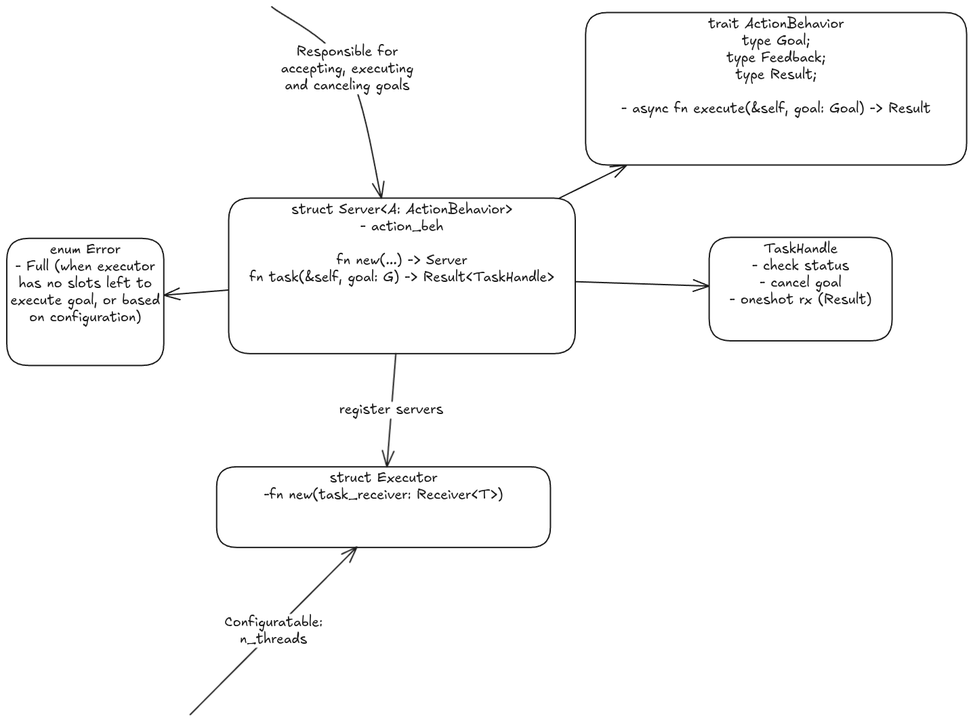
Earlier version of the Excalidraw export docs/design.excalidraw.png (skullim/actio). Source tidied: one line per element, renumbered; positions are measured from the earlier drawing's top-left corner, leaving out a move shared by most shapes.
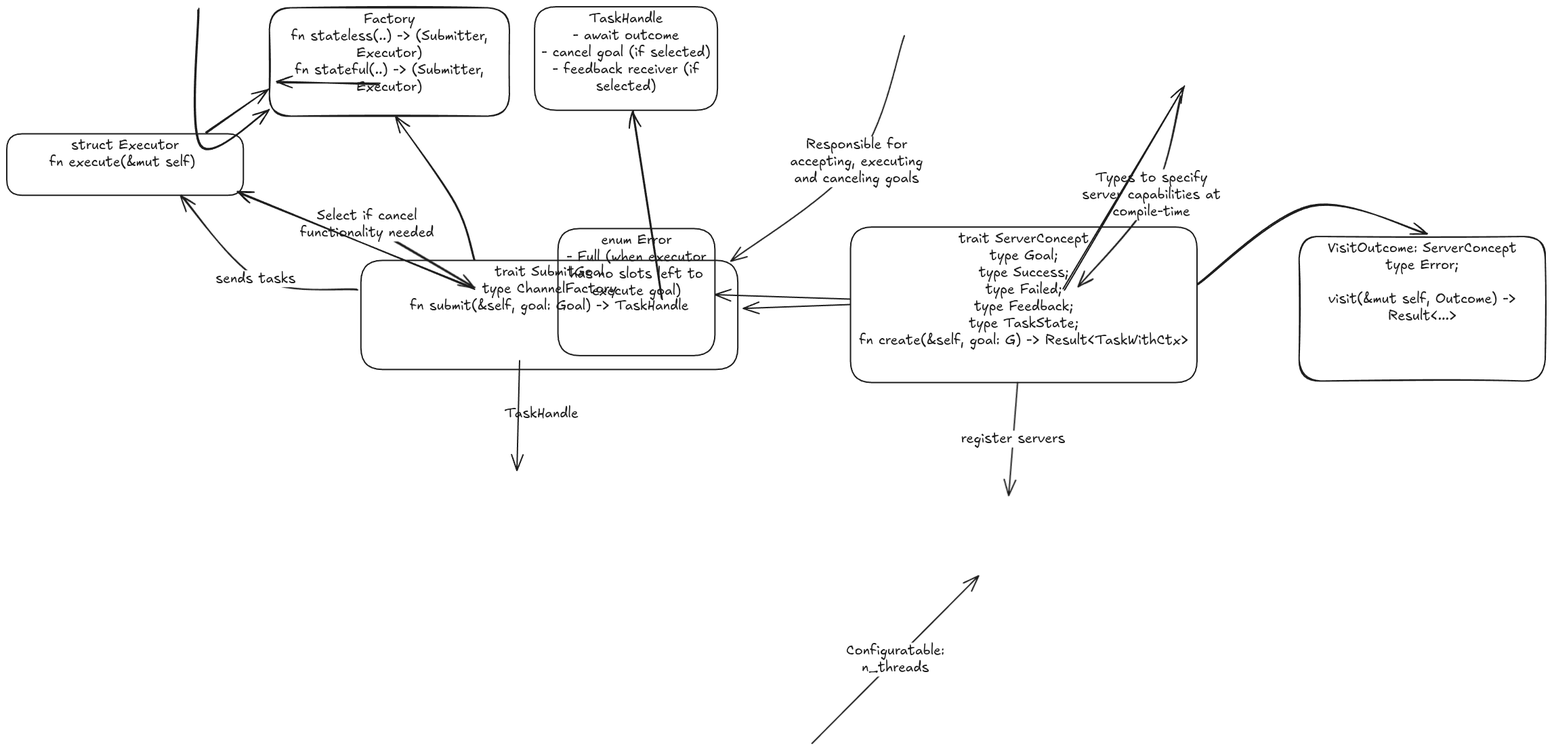
After the change.

The edit, as a diff of the source:
```diff
@@ -1,19 +1,25 @@
 {"id": 0, "type": "rectangle", "strokeColor": "#1e1e1e", "strokeWidth": 2, "roughness": 0, "round": true, "x": 328, "y": 282, "width": 512, "height": 230}
-{"id": 1, "type": "text", "text": "struct Server<A: ActionBehavior>\n- action_beh\n\nfn new(...) -> Server\nfn task(&self, goal: G) -> Result<TaskHandle>\n", "strokeColor": "#1e1e1e", "strokeWidth": 2, "roughness": 0, "fontSize": 20, "fontFamily": 5, "textAlign": "center", "inside": 0, "x": 358, "y": 287, "width": 450, "height": 150}
+{"id": 1, "type": "text", "text": "trait ServerConcept\ntype Goal;\ntype Success;\ntype Failed;\ntype Feedback;\ntype TaskState;\nfn create(&self, goal: G) -> Result<TaskWithCtx>\n", "strokeColor": "#1e1e1e", "strokeWidth": 2, "roughness": 0, "fontSize": 20, "fontFamily": 5, "textAlign": "center", "inside": 0, "x": 341, "y": 287, "width": 486, "height": 200}
-{"id": 2, "type": "rectangle", "strokeColor": "#1e1e1e", "strokeWidth": 2, "roughness": 0, "round": true, "x": 854, "y": 8, "width": 562, "height": 225}
+{"id": 2, "type": "rectangle", "strokeColor": "#1e1e1e", "strokeWidth": 2, "roughness": 0, "round": true, "x": -395, "y": 332, "width": 556, "height": 161}
-{"id": 3, "type": "text", "text": "trait ActionBehavior\ntype Goal;\ntype Feedback;\ntype Result;\n\n- async fn execute(&self, goal: Goal) -> Result", "strokeColor": "#1e1e1e", "strokeWidth": 2, "roughness": 0, "fontSize": 20, "fontFamily": 5, "textAlign": "center", "inside": 2, "x": 907, "y": 13, "width": 457, "height": 150}
+{"id": 3, "type": "text", "text": "trait SubmitGoal\ntype ChannelFactory\nfn submit(&self, goal: Goal) -> TaskHandle", "strokeColor": "#1e1e1e", "strokeWidth": 2, "roughness": 0, "fontSize": 20, "fontFamily": 5, "textAlign": "center", "inside": 2, "x": -323, "y": 337, "width": 411, "height": 75}
-{"id": 4, "type": "arrow", "strokeColor": "#1e1e1e", "strokeWidth": 2, "roughness": 0, "endArrowhead": "arrow", "round": true, "to": 0, "x": 391, "y": 0, "width": 162, "height": 282, "points": [[0, 0], [112, 92], [162, 282]]}
+{"id": 4, "type": "arrow", "strokeColor": "#1e1e1e", "strokeWidth": 2, "roughness": 0, "endArrowhead": "arrow", "round": true, "to": 2, "x": 407, "y": 0, "width": 256, "height": 333, "points": [[0, 0], [-71, 186], [-256, 333]]}
 {"id": 5, "type": "text", "text": "Responsible for\naccepting, executing\nand canceling goals", "strokeColor": "#1e1e1e", "strokeWidth": 2, "roughness": 0, "fontSize": 20, "fontFamily": 5, "textAlign": "center", "verticalAlign": "middle", "inside": 4, "x": 405, "y": 54, "width": 196, "height": 75}
-{"id": 6, "type": "arrow", "strokeColor": "#1e1e1e", "strokeWidth": 2, "roughness": 0, "endArrowhead": "arrow", "round": true, "from": 0, "to": 2, "x": 815, "y": 283, "width": 101, "height": 49, "points": [[0, 0], [101, -49]]}
+{"id": 6, "type": "arrow", "strokeColor": "#1e1e1e", "strokeWidth": 2, "roughness": 0, "endArrowhead": "arrow", "round": true, "from": 0, "to": 2, "x": 328, "y": 397, "width": 158, "height": 6, "points": [[0, 0], [-158, 6]]}
-{"id": 7, "type": "rectangle", "strokeColor": "#1e1e1e", "strokeWidth": 2, "roughness": 0, "round": true, "x": 310, "y": 679, "width": 493, "height": 119}
+{"id": 7, "type": "rectangle", "strokeColor": "#1e1e1e", "strokeWidth": 2, "roughness": 0, "round": true, "x": -918, "y": 145, "width": 349, "height": 91}
-{"id": 8, "type": "text", "text": "struct Executor\n-fn new(task_receiver: Receiver<T>)", "strokeColor": "#1e1e1e", "strokeWidth": 2, "roughness": 0, "fontSize": 20, "fontFamily": 5, "textAlign": "center", "inside": 7, "x": 380, "y": 684, "width": 353, "height": 50}
+{"id": 8, "type": "text", "text": "struct Executor\nfn execute(&mut self) ", "strokeColor": "#1e1e1e", "strokeWidth": 2, "roughness": 0, "fontSize": 20, "fontFamily": 5, "textAlign": "center", "inside": 7, "x": -855, "y": 150, "width": 223, "height": 50}
-{"id": 9, "type": "arrow", "strokeColor": "#1e1e1e", "strokeWidth": 2, "roughness": 0, "endArrowhead": "arrow", "round": true, "from": 0, "to": 7, "x": 574, "y": 512, "width": 13, "height": 167, "points": [[0, 0], [-13, 167]]}
-{"id": 10, "type": "text", "text": "register servers", "strokeColor": "#1e1e1e", "strokeWidth": 2, "roughness": 0, "fontSize": 20, "fontFamily": 5, "textAlign": "center", "verticalAlign": "middle", "inside": 9, "x": 490, "y": 581, "width": 154, "height": 25}
-{"id": 11, "type": "arrow", "strokeColor": "#1e1e1e", "strokeWidth": 2, "roughness": 0, "endArrowhead": "arrow", "round": true, "to": 7, "x": 271, "y": 1045, "width": 246, "height": 247, "points": [[0, 0], [246, -247]]}
-{"id": 12, "type": "text", "text": "Configuratable:\nn_threads", "strokeColor": "#1e1e1e", "strokeWidth": 2, "roughness": 0, "fontSize": 20, "fontFamily": 5, "textAlign": "center", "verticalAlign": "middle", "inside": 11, "x": 293, "y": 875, "width": 145, "height": 50}
-{"id": 13, "type": "rectangle", "strokeColor": "#1e1e1e", "strokeWidth": 2, "roughness": 0, "round": true, "x": 1037, "y": 340, "width": 270, "height": 153}
+{"id": 13, "type": "rectangle", "strokeColor": "#1e1e1e", "strokeWidth": 2, "roughness": 0, "round": true, "x": -139, "y": -43, "width": 270, "height": 153}
-{"id": 14, "type": "text", "text": "TaskHandle\n- check status\n- cancel goal\n- oneshot rx (Result)", "strokeColor": "#1e1e1e", "strokeWidth": 2, "roughness": 0, "fontSize": 20, "fontFamily": 5, "textAlign": "center", "inside": 13, "x": 1067, "y": 345, "width": 210, "height": 100}
+{"id": 14, "type": "text", "text": "TaskHandle\n- await outcome\n- cancel goal (if selected)\n- feedback receiver (if\nselected)", "strokeColor": "#1e1e1e", "strokeWidth": 2, "roughness": 0, "fontSize": 20, "fontFamily": 5, "textAlign": "center", "inside": 13, "x": -128, "y": -38, "width": 249, "height": 125}
-{"id": 15, "type": "arrow", "strokeColor": "#1e1e1e", "strokeWidth": 2, "roughness": 0, "endArrowhead": "arrow", "round": true, "from": 0, "to": 13, "x": 839, "y": 406, "width": 198, "height": 7, "points": [[0, 0], [198, 7]]}
-{"id": 16, "type": "rectangle", "strokeColor": "#1e1e1e", "strokeWidth": 2, "roughness": 0, "round": true, "x": 0, "y": 342, "width": 232, "height": 188}
-{"id": 17, "type": "text", "text": "enum Error\n- Full (when executor\nhas no slots left to\nexecute goal, or based\non configuration)\n", "strokeColor": "#1e1e1e", "strokeWidth": 2, "roughness": 0, "fontSize": 20, "fontFamily": 5, "textAlign": "center", "inside": 16, "x": 5, "y": 347, "width": 221, "height": 150}
-{"id": 18, "type": "arrow", "strokeColor": "#1e1e1e", "strokeWidth": 2, "roughness": 0, "endArrowhead": "arrow", "round": true, "from": 0, "to": 16, "x": 328, "y": 418, "width": 96, "height": 8, "points": [[0, 0], [-96, 8]]}
+{"id": 19, "type": "rectangle", "strokeColor": "#1e1e1e", "strokeWidth": 2, "roughness": 1, "round": true, "x": -530, "y": -41, "width": 354, "height": 160}
+{"id": 20, "type": "text", "text": "Factory\nfn stateless(..) -> (Submitter,\nExecutor)\nfn stateful(..) -> (Submitter,\nExecutor)\n", "strokeColor": "#1e1e1e", "strokeWidth": 2, "roughness": 1, "fontSize": 20, "fontFamily": 5, "textAlign": "center", "inside": 19, "x": -498, "y": -36, "width": 290, "height": 150}
+{"id": 21, "type": "arrow", "strokeColor": "#1e1e1e", "strokeWidth": 2, "roughness": 1, "endArrowhead": "arrow", "round": true, "from": 2, "to": 19, "x": -227, "y": 331, "width": 116, "height": 211, "points": [[0, 0], [-30, -84], [-116, -211]]}
+{"id": 22, "type": "arrow", "strokeColor": "#1e1e1e", "strokeWidth": 2, "roughness": 1, "endArrowhead": "arrow", "round": true, "from": 0, "to": 23, "x": 840, "y": 367, "width": 339, "height": 115, "points": [[0, 0], [168, -115], [339, -74]]}
+{"id": 23, "type": "rectangle", "strokeColor": "#1e1e1e", "strokeWidth": 2, "roughness": 1, "round": true, "x": 990, "y": 296, "width": 363, "height": 213}
+{"id": 24, "type": "text", "text": "VisitOutcome: ServerConcept\ntype Error;\n\nvisit(&mut self, Outcome) ->\nResult<...>\n", "strokeColor": "#1e1e1e", "strokeWidth": 2, "roughness": 1, "fontSize": 20, "fontFamily": 5, "textAlign": "center", "inside": 23, "x": 1032, "y": 301, "width": 279, "height": 150}
+{"id": 25, "type": "arrow", "strokeColor": "#1e1e1e", "strokeWidth": 2, "roughness": 1, "endArrowhead": "arrow", "round": true, "from": 2, "to": 7, "x": -401, "y": 374, "width": 260, "height": 139, "points": [[0, 0], [-146, -16], [-260, -139]]}
+{"id": 26, "type": "text", "text": "sends tasks ", "strokeColor": "#1e1e1e", "strokeWidth": 2, "roughness": 1, "fontSize": 20, "fontFamily": 5, "textAlign": "center", "verticalAlign": "middle", "inside": 25, "x": 152, "y": 582, "width": 126, "height": 25}
+{"id": 27, "type": "arrow", "strokeColor": "#1e1e1e", "strokeWidth": 2, "roughness": 1, "endArrowhead": "arrow", "round": true, "x": 814, "y": 89, "width": 150, "height": 280, "points": [[0, 0], [-42, 146], [-150, 280]]}
+{"id": 28, "type": "text", "text": "Types to specify\nserver capabilities at\ncompile-time", "strokeColor": "#1e1e1e", "strokeWidth": 2, "roughness": 1, "fontSize": 20, "fontFamily": 5, "textAlign": "center", "verticalAlign": "middle", "inside": 27, "x": 669, "y": 197, "width": 205, "height": 75}
+{"id": 29, "type": "arrow", "strokeColor": "#1e1e1e", "strokeWidth": 2, "roughness": 1, "endArrowhead": "arrow", "round": true, "x": -416, "y": 269, "width": 190, "height": 104, "points": [[0, 0], [30, 10], [190, 104]]}
+{"id": 30, "type": "text", "text": "Select if cancel\nfunctionality needed", "strokeColor": "#1e1e1e", "strokeWidth": 2, "roughness": 1, "fontSize": 20, "fontFamily": 5, "textAlign": "center", "verticalAlign": "middle", "inside": 29, "x": -591, "y": 304, "width": 197, "height": 50}
+{"id": 31, "type": "arrow", "strokeColor": "#1e1e1e", "strokeWidth": 2, "roughness": 1, "endArrowhead": "arrow", "round": true, "to": 13, "x": 49, "y": 390, "width": 42, "height": 278, "points": [[0, 0], [-42, -278]]}
+{"id": 32, "type": "arrow", "strokeColor": "#1e1e1e", "strokeWidth": 2, "roughness": 1, "endArrowhead": "arrow", "round": true, "from": 7, "to": 19, "x": -624, "y": 144, "width": 92, "height": 64, "points": [[0, 0], [92, -64]]}
```
